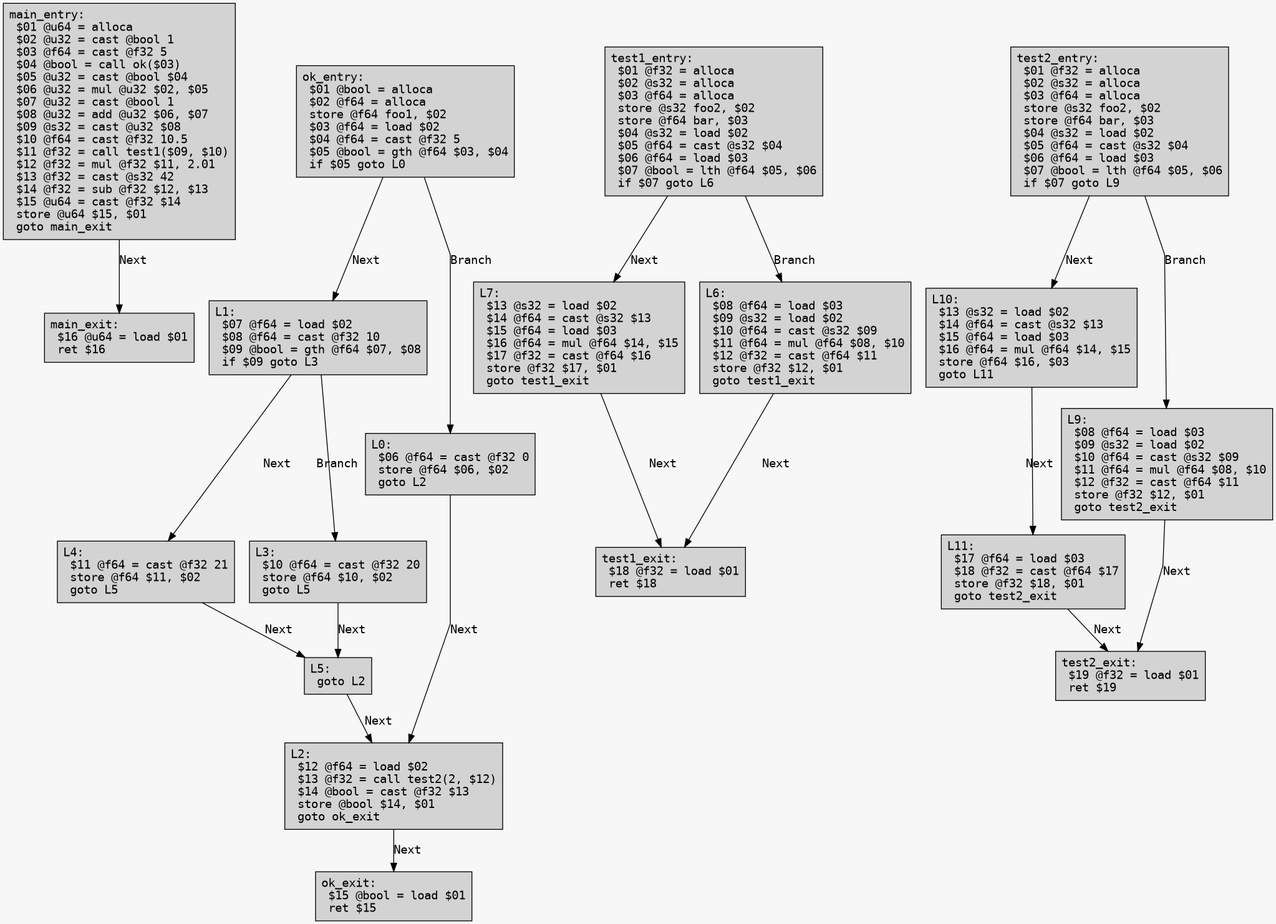
The Graphviz diagram example/test_org.png in Excse/arkoi_language, before a commit. Its source is kept beside it as example/test_org.dot. The source it was exported from:
```dot
digraph CFG {
	graph [fontname = "Monospace"];
	node  [fontname = "Monospace", shape=box, style=filled, margin=0.1];
	edge  [fontname = "Monospace"];
	bgcolor = "#f7f7f7";
	splines = false;

	main_entry [label="main_entry:\l $01 @u64 = alloca\l $02 @u32 = cast @bool 1\l $03 @f64 = cast @f32 5\l $04 @bool = call ok($03)\l $05 @u32 = cast @bool $04\l $06 @u32 = mul @u32 $02, $05\l $07 @u32 = cast @bool 1\l $08 @u32 = add @u32 $06, $07\l $09 @s32 = cast @u32 $08\l $10 @f64 = cast @f32 10.5\l $11 @f32 = call test1($09, $10)\l $12 @f32 = mul @f32 $11, 2.01\l $13 @f32 = cast @s32 42\l $14 @f32 = sub @f32 $12, $13\l $15 @u64 = cast @f32 $14\l store @u64 $15, $01\l goto main_exit\l"];
	main_entry -> main_exit [label="Next"];
	main_exit [label="main_exit:\l $16 @u64 = load $01\l ret $16\l"];
	ok_entry [label="ok_entry:\l $01 @bool = alloca\l $02 @f64 = alloca\l store @f64 foo1, $02\l $03 @f64 = load $02\l $04 @f64 = cast @f32 5\l $05 @bool = gth @f64 $03, $04\l if $05 goto L0\l"];
	ok_entry -> L1 [label="Next"];
	ok_entry -> L0 [label="Branch"];
	L1 [label="L1:\l $07 @f64 = load $02\l $08 @f64 = cast @f32 10\l $09 @bool = gth @f64 $07, $08\l if $09 goto L3\l"];
	L1 -> L4 [label="Next"];
	L1 -> L3 [label="Branch"];
	L4 [label="L4:\l $11 @f64 = cast @f32 21\l store @f64 $11, $02\l goto L5\l"];
	L4 -> L5 [label="Next"];
	L5 [label="L5:\l goto L2\l"];
	L5 -> L2 [label="Next"];
	L2 [label="L2:\l $12 @f64 = load $02\l $13 @f32 = call test2(2, $12)\l $14 @bool = cast @f32 $13\l store @bool $14, $01\l goto ok_exit\l"];
	L2 -> ok_exit [label="Next"];
	L3 [label="L3:\l $10 @f64 = cast @f32 20\l store @f64 $10, $02\l goto L5\l"];
	L3 -> L5 [label="Next"];
	L0 [label="L0:\l $06 @f64 = cast @f32 0\l store @f64 $06, $02\l goto L2\l"];
	L0 -> L2 [label="Next"];
	ok_exit [label="ok_exit:\l $15 @bool = load $01\l ret $15\l"];
	test1_entry [label="test1_entry:\l $01 @f32 = alloca\l $02 @s32 = alloca\l $03 @f64 = alloca\l store @s32 foo2, $02\l store @f64 bar, $03\l $04 @s32 = load $02\l $05 @f64 = cast @s32 $04\l $06 @f64 = load $03\l $07 @bool = lth @f64 $05, $06\l if $07 goto L6\l"];
	test1_entry -> L7 [label="Next"];
	test1_entry -> L6 [label="Branch"];
	L7 [label="L7:\l $13 @s32 = load $02\l $14 @f64 = cast @s32 $13\l $15 @f64 = load $03\l $16 @f64 = mul @f64 $14, $15\l $17 @f32 = cast @f64 $16\l store @f32 $17, $01\l goto test1_exit\l"];
	L7 -> test1_exit [label="Next"];
	L6 [label="L6:\l $08 @f64 = load $03\l $09 @s32 = load $02\l $10 @f64 = cast @s32 $09\l $11 @f64 = mul @f64 $08, $10\l $12 @f32 = cast @f64 $11\l store @f32 $12, $01\l goto test1_exit\l"];
	L6 -> test1_exit [label="Next"];
	test1_exit [label="test1_exit:\l $18 @f32 = load $01\l ret $18\l"];
	test2_entry [label="test2_entry:\l $01 @f32 = alloca\l $02 @s32 = alloca\l $03 @f64 = alloca\l store @s32 foo2, $02\l store @f64 bar, $03\l $04 @s32 = load $02\l $05 @f64 = cast @s32 $04\l $06 @f64 = load $03\l $07 @bool = lth @f64 $05, $06\l if $07 goto L9\l"];
	test2_entry -> L10 [label="Next"];
	test2_entry -> L9 [label="Branch"];
	L10 [label="L10:\l $13 @s32 = load $02\l $14 @f64 = cast @s32 $13\l $15 @f64 = load $03\l $16 @f64 = mul @f64 $14, $15\l store @f64 $16, $03\l goto L11\l"];
	L10 -> L11 [label="Next"];
	L11 [label="L11:\l $17 @f64 = load $03\l $18 @f32 = cast @f64 $17\l store @f32 $18, $01\l goto test2_exit\l"];
	L11 -> test2_exit [label="Next"];
	L9 [label="L9:\l $08 @f64 = load $03\l $09 @s32 = load $02\l $10 @f64 = cast @s32 $09\l $11 @f64 = mul @f64 $08, $10\l $12 @f32 = cast @f64 $11\l store @f32 $12, $01\l goto test2_exit\l"];
	L9 -> test2_exit [label="Next"];
	test2_exit [label="test2_exit:\l $19 @f32 = load $01\l ret $19\l"];
}
```
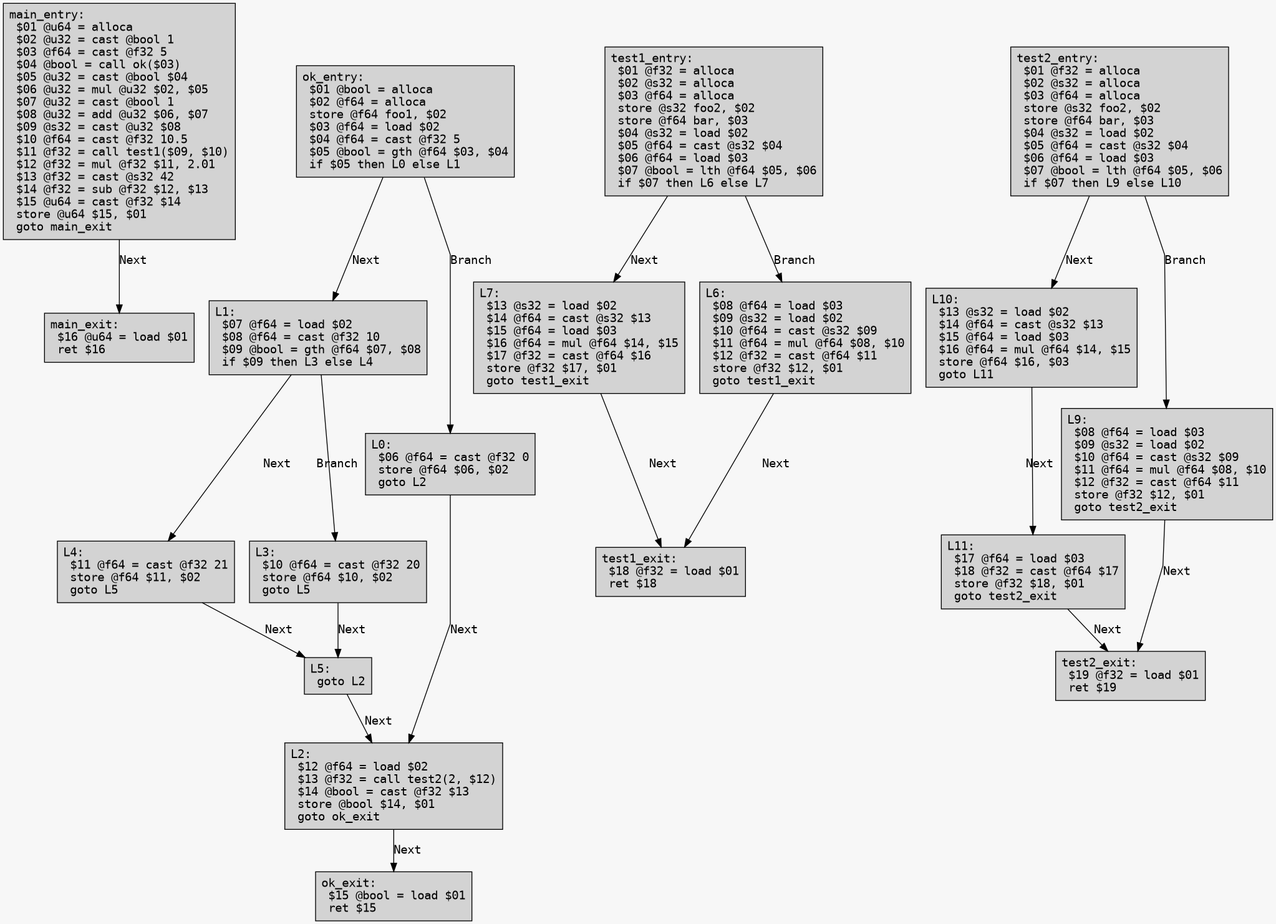
Later version of the same file.

What changed in the source:
```diff
@@ -8,10 +8,10 @@
 	main_entry [label="main_entry:\l $01 @u64 = alloca\l $02 @u32 = cast @bool 1\l $03 @f64 = cast @f32 5\l $04 @bool = call ok($03)\l $05 @u32 = cast @bool $04\l $06 @u32 = mul @u32 $02, $05\l $07 @u32 = cast @bool 1\l $08 @u32 = add @u32 $06, $07\l $09 @s32 = cast @u32 $08\l $10 @f64 = cast @f32 10.5\l $11 @f32 = call test1($09, $10)\l $12 @f32 = mul @f32 $11, 2.01\l $13 @f32 = cast @s32 42\l $14 @f32 = sub @f32 $12, $13\l $15 @u64 = cast @f32 $14\l store @u64 $15, $01\l goto main_exit\l"];
 	main_entry -> main_exit [label="Next"];
 	main_exit [label="main_exit:\l $16 @u64 = load $01\l ret $16\l"];
-	ok_entry [label="ok_entry:\l $01 @bool = alloca\l $02 @f64 = alloca\l store @f64 foo1, $02\l $03 @f64 = load $02\l $04 @f64 = cast @f32 5\l $05 @bool = gth @f64 $03, $04\l if $05 goto L0\l"];
+	ok_entry [label="ok_entry:\l $01 @bool = alloca\l $02 @f64 = alloca\l store @f64 foo1, $02\l $03 @f64 = load $02\l $04 @f64 = cast @f32 5\l $05 @bool = gth @f64 $03, $04\l if $05 then L0 else L1\l"];
 	ok_entry -> L1 [label="Next"];
 	ok_entry -> L0 [label="Branch"];
-	L1 [label="L1:\l $07 @f64 = load $02\l $08 @f64 = cast @f32 10\l $09 @bool = gth @f64 $07, $08\l if $09 goto L3\l"];
+	L1 [label="L1:\l $07 @f64 = load $02\l $08 @f64 = cast @f32 10\l $09 @bool = gth @f64 $07, $08\l if $09 then L3 else L4\l"];
 	L1 -> L4 [label="Next"];
 	L1 -> L3 [label="Branch"];
 	L4 [label="L4:\l $11 @f64 = cast @f32 21\l store @f64 $11, $02\l goto L5\l"];
@@ -25,7 +25,7 @@
 	L0 [label="L0:\l $06 @f64 = cast @f32 0\l store @f64 $06, $02\l goto L2\l"];
 	L0 -> L2 [label="Next"];
 	ok_exit [label="ok_exit:\l $15 @bool = load $01\l ret $15\l"];
-	test1_entry [label="test1_entry:\l $01 @f32 = alloca\l $02 @s32 = alloca\l $03 @f64 = alloca\l store @s32 foo2, $02\l store @f64 bar, $03\l $04 @s32 = load $02\l $05 @f64 = cast @s32 $04\l $06 @f64 = load $03\l $07 @bool = lth @f64 $05, $06\l if $07 goto L6\l"];
+	test1_entry [label="test1_entry:\l $01 @f32 = alloca\l $02 @s32 = alloca\l $03 @f64 = alloca\l store @s32 foo2, $02\l store @f64 bar, $03\l $04 @s32 = load $02\l $05 @f64 = cast @s32 $04\l $06 @f64 = load $03\l $07 @bool = lth @f64 $05, $06\l if $07 then L6 else L7\l"];
 	test1_entry -> L7 [label="Next"];
 	test1_entry -> L6 [label="Branch"];
 	L7 [label="L7:\l $13 @s32 = load $02\l $14 @f64 = cast @s32 $13\l $15 @f64 = load $03\l $16 @f64 = mul @f64 $14, $15\l $17 @f32 = cast @f64 $16\l store @f32 $17, $01\l goto test1_exit\l"];
@@ -33,7 +33,7 @@
 	L6 [label="L6:\l $08 @f64 = load $03\l $09 @s32 = load $02\l $10 @f64 = cast @s32 $09\l $11 @f64 = mul @f64 $08, $10\l $12 @f32 = cast @f64 $11\l store @f32 $12, $01\l goto test1_exit\l"];
 	L6 -> test1_exit [label="Next"];
 	test1_exit [label="test1_exit:\l $18 @f32 = load $01\l ret $18\l"];
-	test2_entry [label="test2_entry:\l $01 @f32 = alloca\l $02 @s32 = alloca\l $03 @f64 = alloca\l store @s32 foo2, $02\l store @f64 bar, $03\l $04 @s32 = load $02\l $05 @f64 = cast @s32 $04\l $06 @f64 = load $03\l $07 @bool = lth @f64 $05, $06\l if $07 goto L9\l"];
+	test2_entry [label="test2_entry:\l $01 @f32 = alloca\l $02 @s32 = alloca\l $03 @f64 = alloca\l store @s32 foo2, $02\l store @f64 bar, $03\l $04 @s32 = load $02\l $05 @f64 = cast @s32 $04\l $06 @f64 = load $03\l $07 @bool = lth @f64 $05, $06\l if $07 then L9 else L10\l"];
 	test2_entry -> L10 [label="Next"];
 	test2_entry -> L9 [label="Branch"];
 	L10 [label="L10:\l $13 @s32 = load $02\l $14 @f64 = cast @s32 $13\l $15 @f64 = load $03\l $16 @f64 = mul @f64 $14, $15\l store @f64 $16, $03\l goto L11\l"];
```
